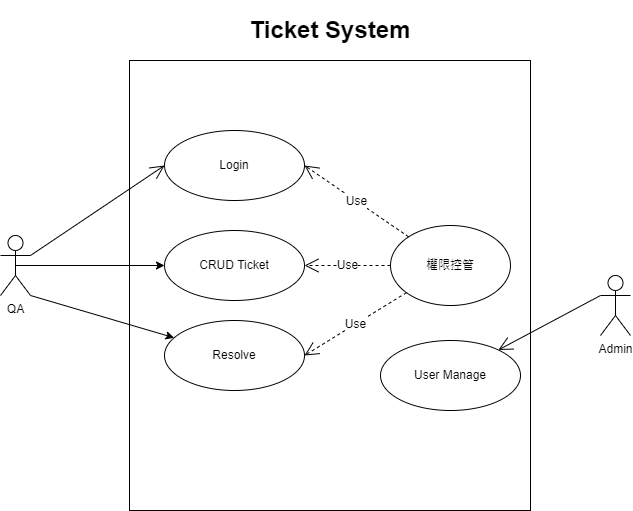
Earlier version of the draw.io export use_case.png (coosfix/ticket-system). Source tidied: cells renumbered, new cells last; positions are measured from the earlier drawing's top-left corner, leaving out a move shared by most shapes.
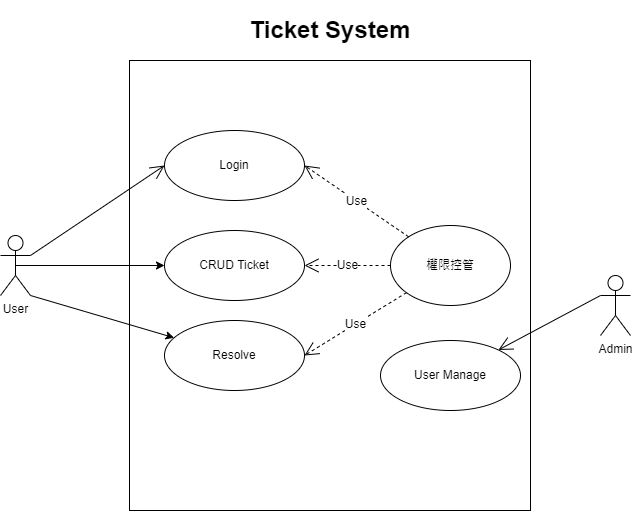
The same file after the commit.

Change to the diagram source:
```diff
@@ -5,7 +5,7 @@
     <mxCell id="2" style="rounded=0;whiteSpace=wrap;html=1;" parent="1" vertex="1">
       <mxGeometry x="129" y="50" width="401" height="450" as="geometry" />
     </mxCell>
-    <mxCell id="3" value="QA" style="shape=umlActor;verticalLabelPosition=bottom;verticalAlign=top;html=1;align=center;" parent="1" vertex="1">
+    <mxCell id="3" value="User" style="shape=umlActor;verticalLabelPosition=bottom;verticalAlign=top;html=1;align=center;" parent="1" vertex="1">
       <mxGeometry y="225" width="30" height="60" as="geometry" />
     </mxCell>
     <mxCell id="4" value="Login" style="ellipse;whiteSpace=wrap;html=1;" parent="1" vertex="1">
```
